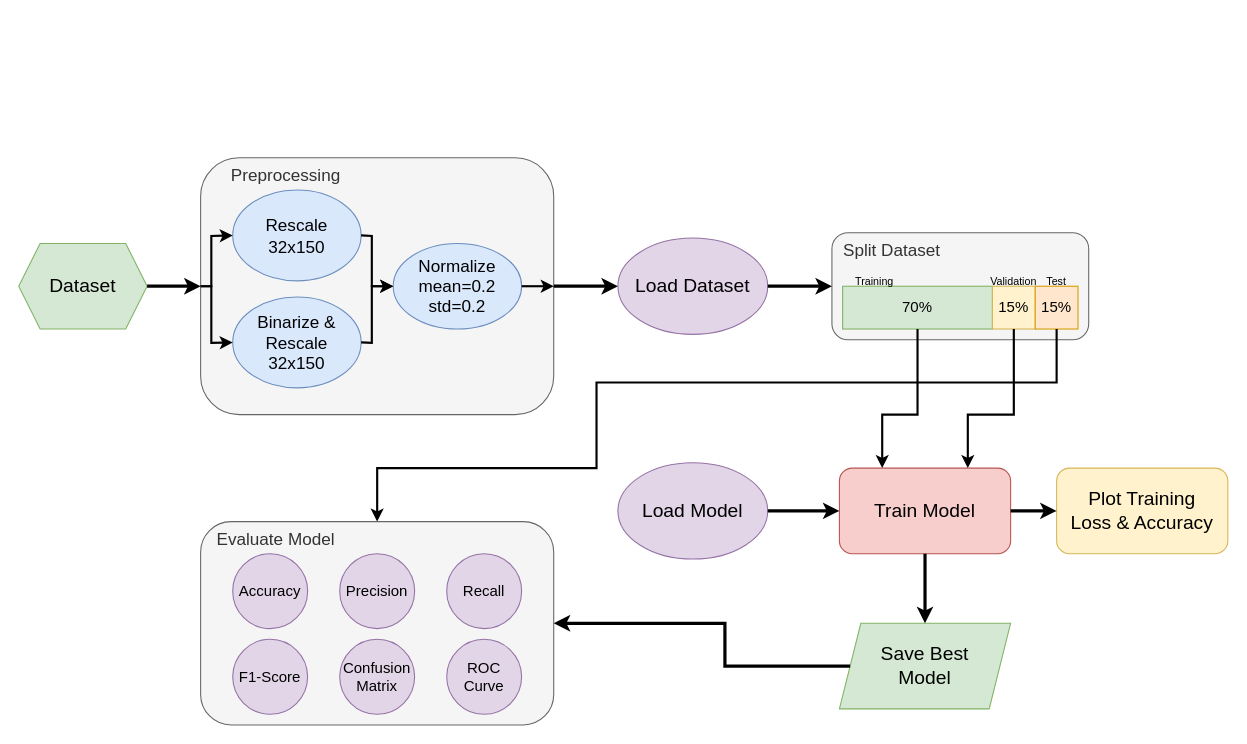
The draw.io diagram readme_images/flow_diagram.drawio in MorelliDUniFr/dia-font-classification, before the edit. Source tidied: cells renumbered, new cells numbered last; positions are measured from the earlier drawing's top-left corner, leaving out a move shared by most shapes. Both pictures are drawn from the tidied source at 107%, with x=0, y=0 at pixel (18, 157).
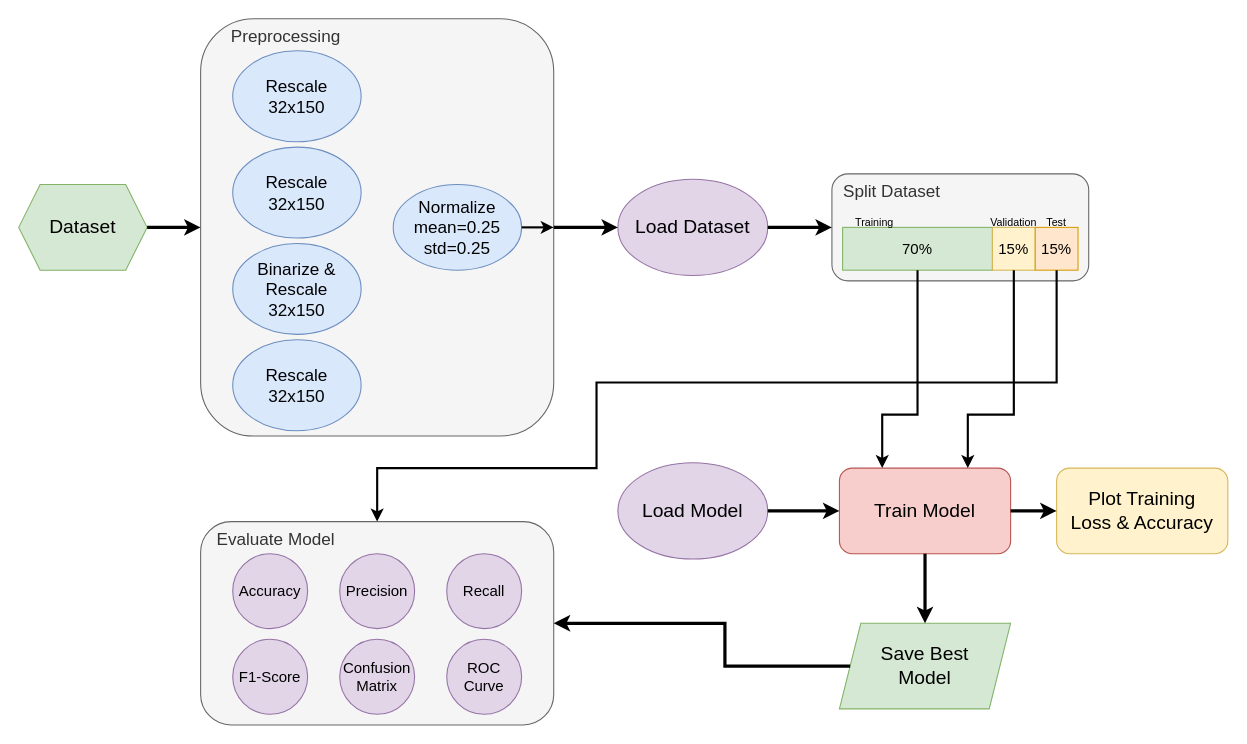
The same page after the edit.

The edit, as a diff of the source:
```diff
@@
     <mxCell id="2" value="&amp;nbsp; &amp;nbsp; &amp;nbsp; Preprocessing" style="rounded=1;whiteSpace=wrap;html=1;verticalAlign=top;align=left;fontSize=16;fillColor=#f5f5f5;fontColor=#333333;strokeColor=#666666;" parent="1" vertex="1">
-      <mxGeometry x="170" width="330" height="240" as="geometry" />
+      <mxGeometry x="170" y="-130" width="330" height="390" as="geometry" />
     </mxCell>
     <mxCell id="3" value="Dataset" style="shape=hexagon;perimeter=hexagonPerimeter2;whiteSpace=wrap;html=1;fixedSize=1;fontSize=18;fillColor=#d5e8d4;strokeColor=#82b366;" parent="1" vertex="1">
-      <mxGeometry y="80" width="120" height="80" as="geometry" />
+      <mxGeometry y="25" width="120" height="80" as="geometry" />
     </mxCell>
@@
-    <mxCell id="5" value="Normalize&lt;div style=&quot;font-size: 16px;&quot;&gt;mean=0.2&lt;/div&gt;&lt;div style=&quot;font-size: 16px;&quot;&gt;std=0.2&lt;/div&gt;" style="ellipse;whiteSpace=wrap;html=1;fontSize=16;fillColor=#dae8fc;strokeColor=#6c8ebf;" parent="1" vertex="1">
-      <mxGeometry x="350" y="80" width="120" height="80" as="geometry" />
+    <mxCell id="5" value="Normalize&lt;div style=&quot;font-size: 16px;&quot;&gt;mean=0.25&lt;/div&gt;&lt;div style=&quot;font-size: 16px;&quot;&gt;std=0.25&lt;/div&gt;" style="ellipse;whiteSpace=wrap;html=1;fontSize=16;fillColor=#dae8fc;strokeColor=#6c8ebf;" parent="1" vertex="1">
+      <mxGeometry x="350" y="25" width="120" height="80" as="geometry" />
     </mxCell>
     <mxCell id="6" value="Load Dataset" style="ellipse;whiteSpace=wrap;html=1;fillColor=#e1d5e7;strokeColor=#9673a6;fontSize=18;" parent="1" vertex="1">
-      <mxGeometry x="560" y="75" width="140" height="90" as="geometry" />
+      <mxGeometry x="560" y="20" width="140" height="90" as="geometry" />
     </mxCell>
@@
     <mxCell id="8" value="&amp;nbsp; Split Dataset" style="rounded=1;whiteSpace=wrap;html=1;fillColor=#f5f5f5;fontColor=#333333;strokeColor=#666666;fontSize=16;verticalAlign=top;align=left;" parent="1" vertex="1">
-      <mxGeometry x="760" y="70" width="240" height="100" as="geometry" />
+      <mxGeometry x="760" y="15" width="240" height="100" as="geometry" />
     </mxCell>
@@
     <mxCell id="10" style="rounded=0;whiteSpace=wrap;html=1;fillColor=#d5e8d4;strokeColor=#82b366;" parent="1" vertex="1">
-      <mxGeometry x="770" y="120" width="140" height="40" as="geometry" />
+      <mxGeometry x="770" y="65" width="140" height="40" as="geometry" />
     </mxCell>
     <mxCell id="11" style="rounded=0;whiteSpace=wrap;html=1;fillColor=#fff2cc;strokeColor=#d6b656;" parent="1" vertex="1">
-      <mxGeometry x="910" y="120" width="40" height="40" as="geometry" />
+      <mxGeometry x="910" y="65" width="40" height="40" as="geometry" />
     </mxCell>
     <mxCell id="12" style="rounded=0;whiteSpace=wrap;html=1;fillColor=#ffe6cc;strokeColor=#d79b00;" parent="1" vertex="1">
-      <mxGeometry x="950" y="120" width="40" height="40" as="geometry" />
+      <mxGeometry x="950" y="65" width="40" height="40" as="geometry" />
     </mxCell>
     <mxCell id="13" value="Training" style="text;html=1;align=center;verticalAlign=middle;whiteSpace=wrap;rounded=0;fontSize=10;" parent="1" vertex="1">
-      <mxGeometry x="770" y="100" width="60" height="30" as="geometry" />
+      <mxGeometry x="770" y="45" width="60" height="30" as="geometry" />
     </mxCell>
     <mxCell id="14" value="Validation" style="text;html=1;align=center;verticalAlign=middle;whiteSpace=wrap;rounded=0;fontSize=10;" parent="1" vertex="1">
-      <mxGeometry x="900" y="100" width="60" height="30" as="geometry" />
+      <mxGeometry x="900" y="45" width="60" height="30" as="geometry" />
     </mxCell>
     <mxCell id="15" value="Test" style="text;html=1;align=center;verticalAlign=middle;whiteSpace=wrap;rounded=0;fontSize=10;" parent="1" vertex="1">
-      <mxGeometry x="940" y="100" width="60" height="30" as="geometry" />
+      <mxGeometry x="940" y="45" width="60" height="30" as="geometry" />
     </mxCell>
     <mxCell id="16" value="70%" style="text;html=1;align=center;verticalAlign=middle;whiteSpace=wrap;rounded=0;fontSize=14;" parent="1" vertex="1">
-      <mxGeometry x="810" y="125" width="60" height="30" as="geometry" />
+      <mxGeometry x="810" y="70" width="60" height="30" as="geometry" />
     </mxCell>
     <mxCell id="17" value="15%" style="text;html=1;align=center;verticalAlign=middle;whiteSpace=wrap;rounded=0;fontSize=14;" parent="1" vertex="1">
-      <mxGeometry x="900" y="125" width="60" height="30" as="geometry" />
+      <mxGeometry x="900" y="70" width="60" height="30" as="geometry" />
     </mxCell>
     <mxCell id="18" value="15%" style="text;html=1;align=center;verticalAlign=middle;whiteSpace=wrap;rounded=0;fontSize=14;" parent="1" vertex="1">
-      <mxGeometry x="940" y="125" width="60" height="30" as="geometry" />
+      <mxGeometry x="940" y="70" width="60" height="30" as="geometry" />
     </mxCell>
@@
     <mxCell id="37" value="Binarize &amp;amp;&lt;br&gt;Rescale&lt;div style=&quot;font-size: 16px;&quot;&gt;32x150&lt;/div&gt;" style="ellipse;whiteSpace=wrap;html=1;fontSize=16;fillColor=#dae8fc;strokeColor=#6c8ebf;" parent="1" vertex="1">
-      <mxGeometry x="200" y="130" width="120" height="85" as="geometry" />
+      <mxGeometry x="200" y="80" width="120" height="85" as="geometry" />
     </mxCell>
@@
     <mxCell id="39" value="Rescale&lt;div style=&quot;font-size: 16px;&quot;&gt;32x150&lt;/div&gt;" style="ellipse;whiteSpace=wrap;html=1;fontSize=16;fillColor=#dae8fc;strokeColor=#6c8ebf;" parent="1" vertex="1">
-      <mxGeometry x="200" y="30" width="120" height="85" as="geometry" />
+      <mxGeometry x="200" y="-10" width="120" height="85" as="geometry" />
     </mxCell>
-    <mxCell id="40" style="endArrow=classic;html=1;rounded=0;exitX=0;exitY=0.5;exitDx=0;exitDy=0;entryX=0;entryY=0.5;entryDx=0;entryDy=0;strokeWidth=2;" parent="1" edge="1" source="2" target="39">
-      <mxGeometry relative="1" as="geometry">
-        <Array as="points">
-          <mxPoint x="180" y="120" />
-          <mxPoint x="180" y="73" />
-        </Array>
-      </mxGeometry>
-    </mxCell>
-    <mxCell id="41" style="endArrow=classic;html=1;rounded=0;exitX=0;exitY=0.5;exitDx=0;exitDy=0;entryX=0;entryY=0.5;entryDx=0;entryDy=0;strokeWidth=2;" parent="1" edge="1" source="2" target="37">
-      <mxGeometry relative="1" as="geometry">
-        <Array as="points">
-          <mxPoint x="180" y="120" />
-          <mxPoint x="180" y="173" />
-        </Array>
-      </mxGeometry>
-    </mxCell>
-    <mxCell id="42" style="endArrow=classic;html=1;rounded=0;entryX=0;entryY=0.5;entryDx=0;entryDy=0;exitX=1;exitY=0.5;exitDx=0;exitDy=0;strokeWidth=2;" parent="1" edge="1" source="37" target="5">
-      <mxGeometry relative="1" as="geometry">
-        <Array as="points">
-          <mxPoint x="330" y="173" />
-          <mxPoint x="330" y="120" />
-        </Array>
-      </mxGeometry>
-    </mxCell>
-    <mxCell id="43" style="endArrow=classic;html=1;rounded=0;entryX=0;entryY=0.5;entryDx=0;entryDy=0;exitX=1;exitY=0.5;exitDx=0;exitDy=0;strokeWidth=2;" parent="1" edge="1" source="39" target="5">
-      <mxGeometry relative="1" as="geometry">
-        <Array as="points">
-          <mxPoint x="330" y="73" />
-          <mxPoint x="330" y="120" />
-        </Array>
-      </mxGeometry>
-    </mxCell>
+    <mxCell id="44" value="Rescale&lt;div style=&quot;font-size: 16px;&quot;&gt;32x150&lt;/div&gt;" style="ellipse;whiteSpace=wrap;html=1;fontSize=16;fillColor=#dae8fc;strokeColor=#6c8ebf;" parent="1" vertex="1">
+      <mxGeometry x="200" y="-100" width="120" height="85" as="geometry" />
+    </mxCell>
+    <mxCell id="45" value="Rescale&lt;div style=&quot;font-size: 16px;&quot;&gt;32x150&lt;/div&gt;" style="ellipse;whiteSpace=wrap;html=1;fontSize=16;fillColor=#dae8fc;strokeColor=#6c8ebf;" parent="1" vertex="1">
+      <mxGeometry x="200" y="170" width="120" height="85" as="geometry" />
+    </mxCell>
```
